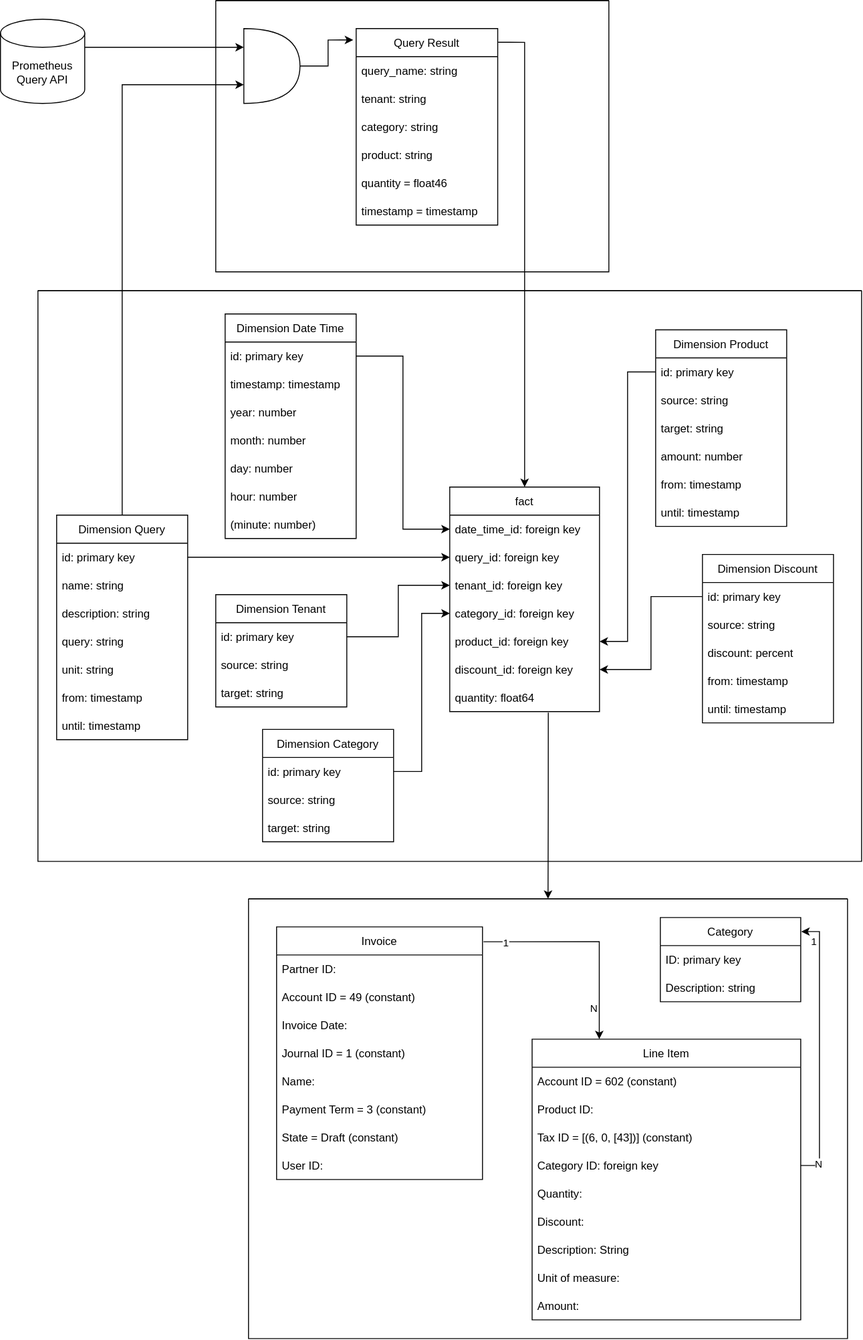
Before: docs/modules/ROOT/assets/images/system/data-model-billing.drawio.svg, a diagram exported from draw.io (appuio/appuio-io-docs). Source tidied: cells renumbered, new cells last; positions are measured from the earlier drawing's top-left corner, leaving out a move shared by most shapes.
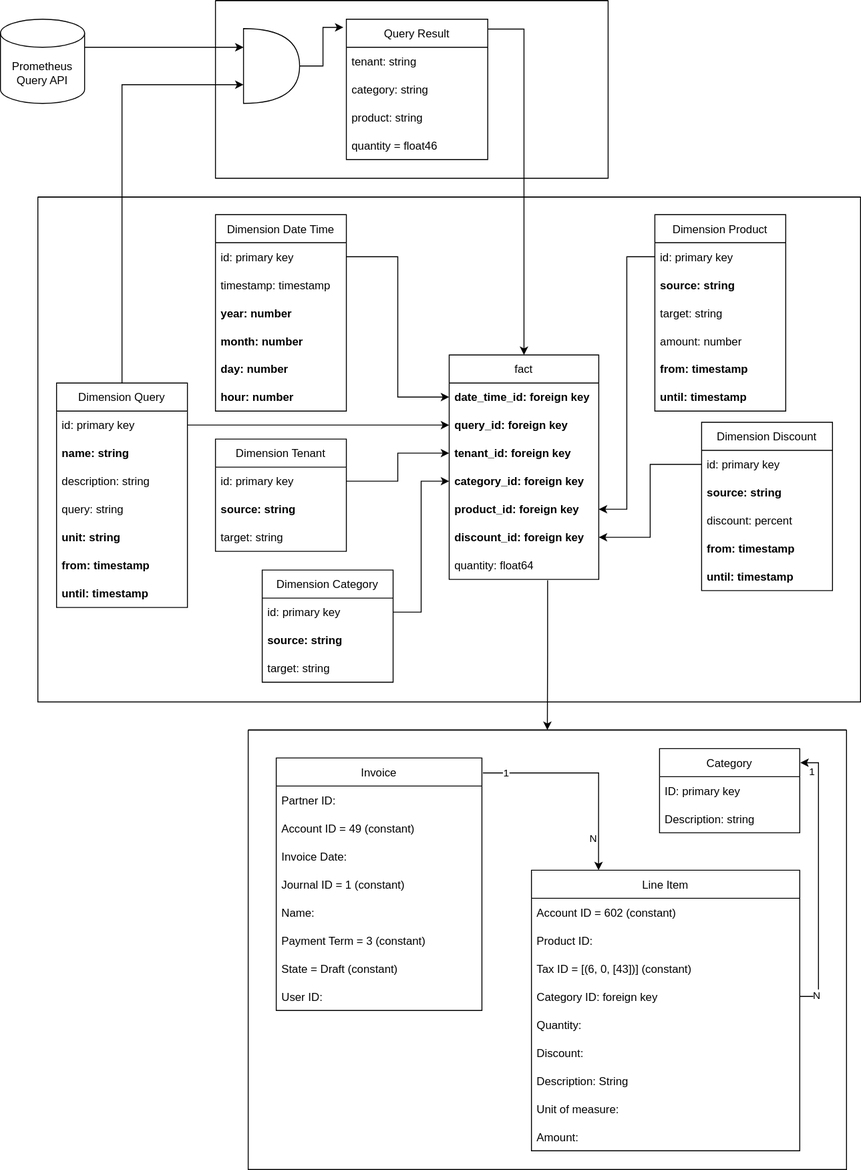
Later version of the same file.

Commit message:
Clean up schema

* Removed obsolete elements from the schema
* Added unique constraints

The edit, as a diff of the source:
```diff
@@ -17,3 +17,3 @@
     <mxCell id="6" style="swimlane;startSize=0;" parent="1" vertex="1">
-      <mxGeometry x="265" y="960" width="640" height="470" as="geometry" />
+      <mxGeometry x="265" y="780" width="640" height="470" as="geometry" />
     </mxCell>
@@ -108,3 +108,3 @@
     <mxCell id="35" style="swimlane;startSize=0;" parent="1" vertex="1">
-      <mxGeometry x="230" width="420" height="290" as="geometry" />
+      <mxGeometry x="230" width="420" height="190" as="geometry" />
     </mxCell>
@@ -114,22 +114,16 @@
     <mxCell id="37" value="Query Result" style="swimlane;fontStyle=0;horizontal=1;startSize=30;" parent="35" vertex="1">
-      <mxGeometry x="150" y="30" width="151.2" height="210" as="geometry" />
+      <mxGeometry x="140" y="20" width="151.2" height="150" as="geometry" />
     </mxCell>
-    <mxCell id="38" value="query_name: string" style="text;strokeColor=none;fillColor=none;align=left;verticalAlign=middle;spacingLeft=4;spacingRight=4;overflow=hidden;" parent="37" vertex="1">
-      <mxGeometry y="30" width="151.2" height="30" as="geometry" />
-    </mxCell>
     <mxCell id="39" value="tenant: string" style="text;strokeColor=none;fillColor=none;align=left;verticalAlign=middle;spacingLeft=4;spacingRight=4;overflow=hidden;" parent="37" vertex="1">
-      <mxGeometry y="60" width="151.2" height="30" as="geometry" />
+      <mxGeometry y="30" width="151.2" height="30" as="geometry" />
     </mxCell>
     <mxCell id="40" value="category: string" style="text;strokeColor=none;fillColor=none;align=left;verticalAlign=middle;spacingLeft=4;spacingRight=4;overflow=hidden;" parent="37" vertex="1">
-      <mxGeometry y="90" width="151.2" height="30" as="geometry" />
+      <mxGeometry y="60" width="151.2" height="30" as="geometry" />
     </mxCell>
     <mxCell id="41" value="product: string" style="text;strokeColor=none;fillColor=none;align=left;verticalAlign=middle;spacingLeft=4;spacingRight=4;overflow=hidden;" parent="37" vertex="1">
-      <mxGeometry y="120" width="151.2" height="30" as="geometry" />
+      <mxGeometry y="90" width="151.2" height="30" as="geometry" />
     </mxCell>
     <mxCell id="42" value="quantity = float46" style="text;strokeColor=none;fillColor=none;align=left;verticalAlign=middle;spacingLeft=4;spacingRight=4;overflow=hidden;" parent="37" vertex="1">
-      <mxGeometry y="150" width="151.2" height="30" as="geometry" />
+      <mxGeometry y="120" width="151.2" height="30" as="geometry" />
     </mxCell>
-    <mxCell id="43" value="timestamp = timestamp" style="text;strokeColor=none;fillColor=none;align=left;verticalAlign=middle;spacingLeft=4;spacingRight=4;overflow=hidden;" parent="37" vertex="1">
-      <mxGeometry y="180" width="151.2" height="30" as="geometry" />
-    </mxCell>
     <mxCell id="44" style="edgeStyle=orthogonalEdgeStyle;rounded=0;jettySize=auto;html=1;entryX=-0.021;entryY=0.058;entryDx=0;entryDy=0;exitX=1;exitY=0.5;exitDx=0;exitDy=0;exitPerimeter=0;entryPerimeter=0;" parent="35" edge="1" source="36" target="37">
@@ -138,23 +132,23 @@
     <mxCell id="45" style="swimlane;startSize=0;" parent="1" vertex="1">
-      <mxGeometry x="40" y="310" width="880" height="610" as="geometry" />
+      <mxGeometry x="40" y="210" width="880" height="540" as="geometry" />
     </mxCell>
     <mxCell id="46" value="fact" style="swimlane;fontStyle=0;horizontal=1;startSize=30;" parent="45" vertex="1">
-      <mxGeometry x="440" y="210" width="160" height="240" as="geometry" />
+      <mxGeometry x="440" y="169" width="160" height="240" as="geometry" />
     </mxCell>
-    <mxCell id="47" value="date_time_id: foreign key" style="text;strokeColor=none;fillColor=none;align=left;verticalAlign=middle;spacingLeft=4;spacingRight=4;overflow=hidden;points=[[0,0.5],[1,0.5]];portConstraint=eastwest;" parent="46" vertex="1">
+    <mxCell id="47" value="date_time_id: foreign key" style="text;strokeColor=none;fillColor=none;align=left;verticalAlign=middle;spacingLeft=4;spacingRight=4;overflow=hidden;points=[[0,0.5],[1,0.5]];portConstraint=eastwest;fontStyle=1;" parent="46" vertex="1">
       <mxGeometry y="30" width="160" height="30" as="geometry" />
     </mxCell>
-    <mxCell id="48" value="query_id: foreign key" style="text;strokeColor=none;fillColor=none;align=left;verticalAlign=middle;spacingLeft=4;spacingRight=4;overflow=hidden;points=[[0,0.5],[1,0.5]];portConstraint=eastwest;" parent="46" vertex="1">
+    <mxCell id="48" value="query_id: foreign key" style="text;strokeColor=none;fillColor=none;align=left;verticalAlign=middle;spacingLeft=4;spacingRight=4;overflow=hidden;points=[[0,0.5],[1,0.5]];portConstraint=eastwest;fontStyle=1;" parent="46" vertex="1">
       <mxGeometry y="60" width="160" height="30" as="geometry" />
     </mxCell>
-    <mxCell id="49" value="tenant_id: foreign key" style="text;strokeColor=none;fillColor=none;align=left;verticalAlign=middle;spacingLeft=4;spacingRight=4;overflow=hidden;points=[[0,0.5],[1,0.5]];portConstraint=eastwest;" parent="46" vertex="1">
+    <mxCell id="49" value="tenant_id: foreign key" style="text;strokeColor=none;fillColor=none;align=left;verticalAlign=middle;spacingLeft=4;spacingRight=4;overflow=hidden;points=[[0,0.5],[1,0.5]];portConstraint=eastwest;fontStyle=1;" parent="46" vertex="1">
       <mxGeometry y="90" width="160" height="30" as="geometry" />
     </mxCell>
-    <mxCell id="50" value="category_id: foreign key" style="text;strokeColor=none;fillColor=none;align=left;verticalAlign=middle;spacingLeft=4;spacingRight=4;overflow=hidden;points=[[0,0.5],[1,0.5]];portConstraint=eastwest;" parent="46" vertex="1">
+    <mxCell id="50" value="category_id: foreign key" style="text;strokeColor=none;fillColor=none;align=left;verticalAlign=middle;spacingLeft=4;spacingRight=4;overflow=hidden;points=[[0,0.5],[1,0.5]];portConstraint=eastwest;fontStyle=1;" parent="46" vertex="1">
       <mxGeometry y="120" width="160" height="30" as="geometry" />
     </mxCell>
-    <mxCell id="51" value="product_id: foreign key" style="text;strokeColor=none;fillColor=none;align=left;verticalAlign=middle;spacingLeft=4;spacingRight=4;overflow=hidden;points=[[0,0.5],[1,0.5]];portConstraint=eastwest;" parent="46" vertex="1">
+    <mxCell id="51" value="product_id: foreign key" style="text;strokeColor=none;fillColor=none;align=left;verticalAlign=middle;spacingLeft=4;spacingRight=4;overflow=hidden;points=[[0,0.5],[1,0.5]];portConstraint=eastwest;fontStyle=1;" parent="46" vertex="1">
       <mxGeometry y="150" width="160" height="30" as="geometry" />
     </mxCell>
-    <mxCell id="52" value="discount_id: foreign key" style="text;strokeColor=none;fillColor=none;align=left;verticalAlign=middle;spacingLeft=4;spacingRight=4;overflow=hidden;points=[[0,0.5],[1,0.5]];portConstraint=eastwest;" parent="46" vertex="1">
+    <mxCell id="52" value="discount_id: foreign key" style="text;strokeColor=none;fillColor=none;align=left;verticalAlign=middle;spacingLeft=4;spacingRight=4;overflow=hidden;points=[[0,0.5],[1,0.5]];portConstraint=eastwest;fontStyle=1;" parent="46" vertex="1">
       <mxGeometry y="180" width="160" height="30" as="geometry" />
@@ -165,3 +159,3 @@
     <mxCell id="54" value="Dimension Tenant" style="swimlane;fontStyle=0;horizontal=1;startSize=30;" parent="45" vertex="1">
-      <mxGeometry x="190" y="325" width="140" height="120" as="geometry" />
+      <mxGeometry x="190" y="259" width="140" height="120" as="geometry" />
     </mxCell>
@@ -170,3 +164,3 @@
     </mxCell>
-    <mxCell id="56" value="source: string" style="text;strokeColor=none;fillColor=none;align=left;verticalAlign=middle;spacingLeft=4;spacingRight=4;overflow=hidden;" parent="54" vertex="1">
+    <mxCell id="56" value="source: string" style="text;strokeColor=none;fillColor=none;align=left;verticalAlign=middle;spacingLeft=4;spacingRight=4;overflow=hidden;fontStyle=1;" parent="54" vertex="1">
       <mxGeometry y="60" width="140" height="30" as="geometry" />
@@ -180,3 +174,3 @@
     <mxCell id="59" value="Dimension Category" style="swimlane;fontStyle=0;horizontal=1;startSize=30;" parent="45" vertex="1">
-      <mxGeometry x="240" y="469" width="140" height="120" as="geometry" />
+      <mxGeometry x="240" y="399" width="140" height="120" as="geometry" />
     </mxCell>
@@ -185,3 +179,3 @@
     </mxCell>
-    <mxCell id="61" value="source: string" style="text;strokeColor=none;fillColor=none;align=left;verticalAlign=middle;spacingLeft=4;spacingRight=4;overflow=hidden;" parent="59" vertex="1">
+    <mxCell id="61" value="source: string" style="text;strokeColor=none;fillColor=none;align=left;verticalAlign=middle;spacingLeft=4;spacingRight=4;overflow=hidden;fontStyle=1;" parent="59" vertex="1">
       <mxGeometry y="60" width="140" height="30" as="geometry" />
@@ -192,3 +186,3 @@
     <mxCell id="63" value="Dimension Product" style="swimlane;fontStyle=0;horizontal=1;startSize=30;" parent="45" vertex="1">
-      <mxGeometry x="660" y="42" width="140" height="210" as="geometry" />
+      <mxGeometry x="660" y="19" width="140" height="210" as="geometry" />
     </mxCell>
@@ -197,3 +191,3 @@
     </mxCell>
-    <mxCell id="65" value="source: string" style="text;strokeColor=none;fillColor=none;align=left;verticalAlign=middle;spacingLeft=4;spacingRight=4;overflow=hidden;" parent="63" vertex="1">
+    <mxCell id="65" value="source: string" style="text;strokeColor=none;fillColor=none;align=left;verticalAlign=middle;spacingLeft=4;spacingRight=4;overflow=hidden;fontStyle=1;" parent="63" vertex="1">
       <mxGeometry y="60" width="140" height="30" as="geometry" />
@@ -206,6 +200,6 @@
     </mxCell>
-    <mxCell id="68" value="from: timestamp" style="text;strokeColor=none;fillColor=none;align=left;verticalAlign=middle;spacingLeft=4;spacingRight=4;overflow=hidden;" parent="63" vertex="1">
+    <mxCell id="68" value="from: timestamp" style="text;strokeColor=none;fillColor=none;align=left;verticalAlign=middle;spacingLeft=4;spacingRight=4;overflow=hidden;fontStyle=1;" parent="63" vertex="1">
       <mxGeometry y="150" width="140" height="30" as="geometry" />
     </mxCell>
-    <mxCell id="69" value="until: timestamp" style="text;strokeColor=none;fillColor=none;align=left;verticalAlign=middle;spacingLeft=4;spacingRight=4;overflow=hidden;" parent="63" vertex="1">
+    <mxCell id="69" value="until: timestamp" style="text;strokeColor=none;fillColor=none;align=left;verticalAlign=middle;spacingLeft=4;spacingRight=4;overflow=hidden;fontStyle=1;" parent="63" vertex="1">
       <mxGeometry y="180" width="140" height="30" as="geometry" />
@@ -216,3 +210,3 @@
     <mxCell id="71" value="Dimension Discount" style="swimlane;fontStyle=0;horizontal=1;startSize=30;" parent="45" vertex="1">
-      <mxGeometry x="710" y="282" width="140" height="180" as="geometry" />
+      <mxGeometry x="710" y="241" width="140" height="180" as="geometry" />
     </mxCell>
@@ -221,3 +215,3 @@
     </mxCell>
-    <mxCell id="73" value="source: string" style="text;strokeColor=none;fillColor=none;align=left;verticalAlign=middle;spacingLeft=4;spacingRight=4;overflow=hidden;" parent="71" vertex="1">
+    <mxCell id="73" value="source: string" style="text;strokeColor=none;fillColor=none;align=left;verticalAlign=middle;spacingLeft=4;spacingRight=4;overflow=hidden;fontStyle=1;" parent="71" vertex="1">
       <mxGeometry y="60" width="140" height="30" as="geometry" />
@@ -227,6 +221,6 @@
     </mxCell>
-    <mxCell id="75" value="from: timestamp" style="text;strokeColor=none;fillColor=none;align=left;verticalAlign=middle;spacingLeft=4;spacingRight=4;overflow=hidden;" parent="71" vertex="1">
+    <mxCell id="75" value="from: timestamp" style="text;strokeColor=none;fillColor=none;align=left;verticalAlign=middle;spacingLeft=4;spacingRight=4;overflow=hidden;fontStyle=1;" parent="71" vertex="1">
       <mxGeometry y="120" width="140" height="30" as="geometry" />
     </mxCell>
-    <mxCell id="76" value="until: timestamp" style="text;strokeColor=none;fillColor=none;align=left;verticalAlign=middle;spacingLeft=4;spacingRight=4;overflow=hidden;" parent="71" vertex="1">
+    <mxCell id="76" value="until: timestamp" style="text;strokeColor=none;fillColor=none;align=left;verticalAlign=middle;spacingLeft=4;spacingRight=4;overflow=hidden;fontStyle=1;" parent="71" vertex="1">
       <mxGeometry y="150" width="140" height="30" as="geometry" />
@@ -237,3 +231,3 @@
     <mxCell id="78" value="Dimension Date Time" style="swimlane;fontStyle=0;horizontal=1;startSize=30;" parent="45" vertex="1">
-      <mxGeometry x="200" y="25" width="140" height="240" as="geometry" />
+      <mxGeometry x="190" y="19" width="140" height="210" as="geometry" />
     </mxCell>
@@ -245,17 +239,14 @@
     </mxCell>
-    <mxCell id="81" value="year: number" style="text;strokeColor=none;fillColor=none;align=left;verticalAlign=middle;spacingLeft=4;spacingRight=4;overflow=hidden;" parent="78" vertex="1">
+    <mxCell id="81" value="year: number" style="text;strokeColor=none;fillColor=none;align=left;verticalAlign=middle;spacingLeft=4;spacingRight=4;overflow=hidden;fontStyle=1;" parent="78" vertex="1">
       <mxGeometry y="90" width="140" height="30" as="geometry" />
     </mxCell>
-    <mxCell id="82" value="month: number" style="text;strokeColor=none;fillColor=none;align=left;verticalAlign=middle;spacingLeft=4;spacingRight=4;overflow=hidden;" parent="78" vertex="1">
+    <mxCell id="82" value="month: number" style="text;strokeColor=none;fillColor=none;align=left;verticalAlign=middle;spacingLeft=4;spacingRight=4;overflow=hidden;fontStyle=1;" parent="78" vertex="1">
       <mxGeometry y="120" width="140" height="30" as="geometry" />
     </mxCell>
-    <mxCell id="83" value="day: number" style="text;strokeColor=none;fillColor=none;align=left;verticalAlign=middle;spacingLeft=4;spacingRight=4;overflow=hidden;" parent="78" vertex="1">
+    <mxCell id="83" value="day: number" style="text;strokeColor=none;fillColor=none;align=left;verticalAlign=middle;spacingLeft=4;spacingRight=4;overflow=hidden;fontStyle=1;" parent="78" vertex="1">
       <mxGeometry y="150" width="140" height="30" as="geometry" />
     </mxCell>
-    <mxCell id="84" value="hour: number" style="text;strokeColor=none;fillColor=none;align=left;verticalAlign=middle;spacingLeft=4;spacingRight=4;overflow=hidden;" parent="78" vertex="1">
+    <mxCell id="84" value="hour: number" style="text;strokeColor=none;fillColor=none;align=left;verticalAlign=middle;spacingLeft=4;spacingRight=4;overflow=hidden;fontStyle=1;" parent="78" vertex="1">
       <mxGeometry y="180" width="140" height="30" as="geometry" />
     </mxCell>
-    <mxCell id="85" value="(minute: number)" style="text;strokeColor=none;fillColor=none;align=left;verticalAlign=middle;spacingLeft=4;spacingRight=4;overflow=hidden;" parent="78" vertex="1">
-      <mxGeometry y="210" width="140" height="30" as="geometry" />
-    </mxCell>
     <mxCell id="86" style="edgeStyle=orthogonalEdgeStyle;rounded=0;jettySize=auto;html=1;exitX=1;exitY=0.5;exitDx=0;exitDy=0;entryX=0;entryY=0.5;entryDx=0;entryDy=0;" parent="45" edge="1" source="79" target="47">
@@ -267,3 +258,3 @@
     <mxCell id="88" value="Dimension Query" style="swimlane;fontStyle=0;horizontal=1;startSize=30;" parent="45" vertex="1">
-      <mxGeometry x="20" y="240" width="140" height="240" as="geometry" />
+      <mxGeometry x="20" y="199" width="140" height="240" as="geometry" />
     </mxCell>
@@ -272,3 +263,3 @@
     </mxCell>
-    <mxCell id="90" value="name: string" style="text;strokeColor=none;fillColor=none;align=left;verticalAlign=middle;spacingLeft=4;spacingRight=4;overflow=hidden;" parent="88" vertex="1">
+    <mxCell id="90" value="name: string" style="text;strokeColor=none;fillColor=none;align=left;verticalAlign=middle;spacingLeft=4;spacingRight=4;overflow=hidden;fontStyle=1;" parent="88" vertex="1">
       <mxGeometry y="60" width="140" height="30" as="geometry" />
@@ -281,9 +272,9 @@
     </mxCell>
-    <mxCell id="93" value="unit: string" style="text;strokeColor=none;fillColor=none;align=left;verticalAlign=middle;spacingLeft=4;spacingRight=4;overflow=hidden;" parent="88" vertex="1">
+    <mxCell id="93" value="unit: string" style="text;strokeColor=none;fillColor=none;align=left;verticalAlign=middle;spacingLeft=4;spacingRight=4;overflow=hidden;fontStyle=1;" parent="88" vertex="1">
       <mxGeometry y="150" width="140" height="30" as="geometry" />
     </mxCell>
-    <mxCell id="94" value="from: timestamp" style="text;strokeColor=none;fillColor=none;align=left;verticalAlign=middle;spacingLeft=4;spacingRight=4;overflow=hidden;" parent="88" vertex="1">
+    <mxCell id="94" value="from: timestamp" style="text;strokeColor=none;fillColor=none;align=left;verticalAlign=middle;spacingLeft=4;spacingRight=4;overflow=hidden;fontStyle=1;" parent="88" vertex="1">
       <mxGeometry y="180" width="140" height="30" as="geometry" />
     </mxCell>
-    <mxCell id="95" value="until: timestamp" style="text;strokeColor=none;fillColor=none;align=left;verticalAlign=middle;spacingLeft=4;spacingRight=4;overflow=hidden;" parent="88" vertex="1">
+    <mxCell id="95" value="until: timestamp" style="text;strokeColor=none;fillColor=none;align=left;verticalAlign=middle;spacingLeft=4;spacingRight=4;overflow=hidden;fontStyle=1;" parent="88" vertex="1">
       <mxGeometry y="210" width="140" height="30" as="geometry" />
```
